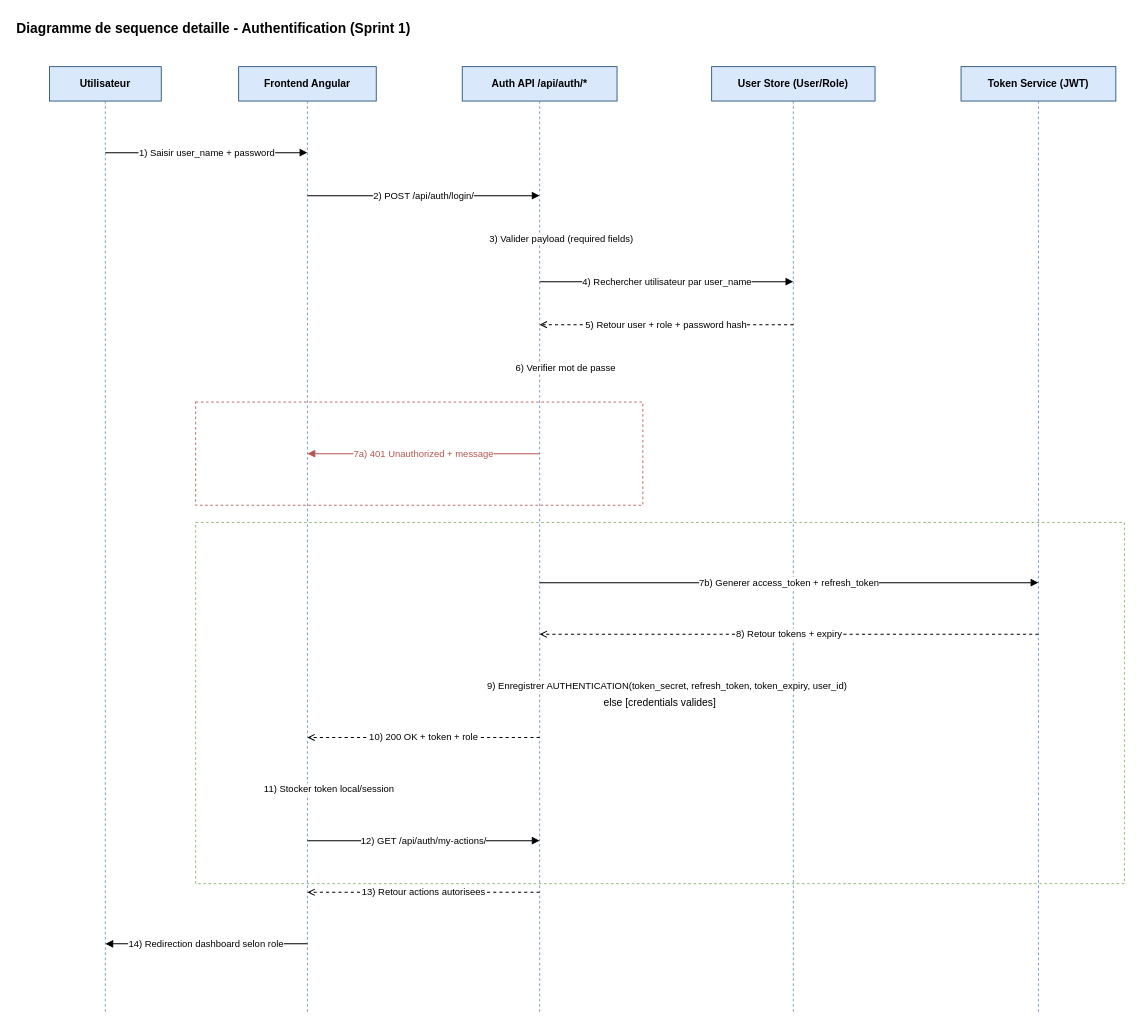
Before: page "Seq-Authentification-Sprint1" (1 of 2) of isimm-platform/docs/diagrams/sprint1-sequence-auth-gestion.drawio in dutryJll/PFE-Project, a draw.io diagram. Source tidied: cells renumbered, new cells numbered last; positions are measured from the earlier drawing's top-left corner, leaving out a move shared by most shapes. Both pictures are drawn from the tidied source at 86%, with x=0, y=0 at pixel (15, 15).
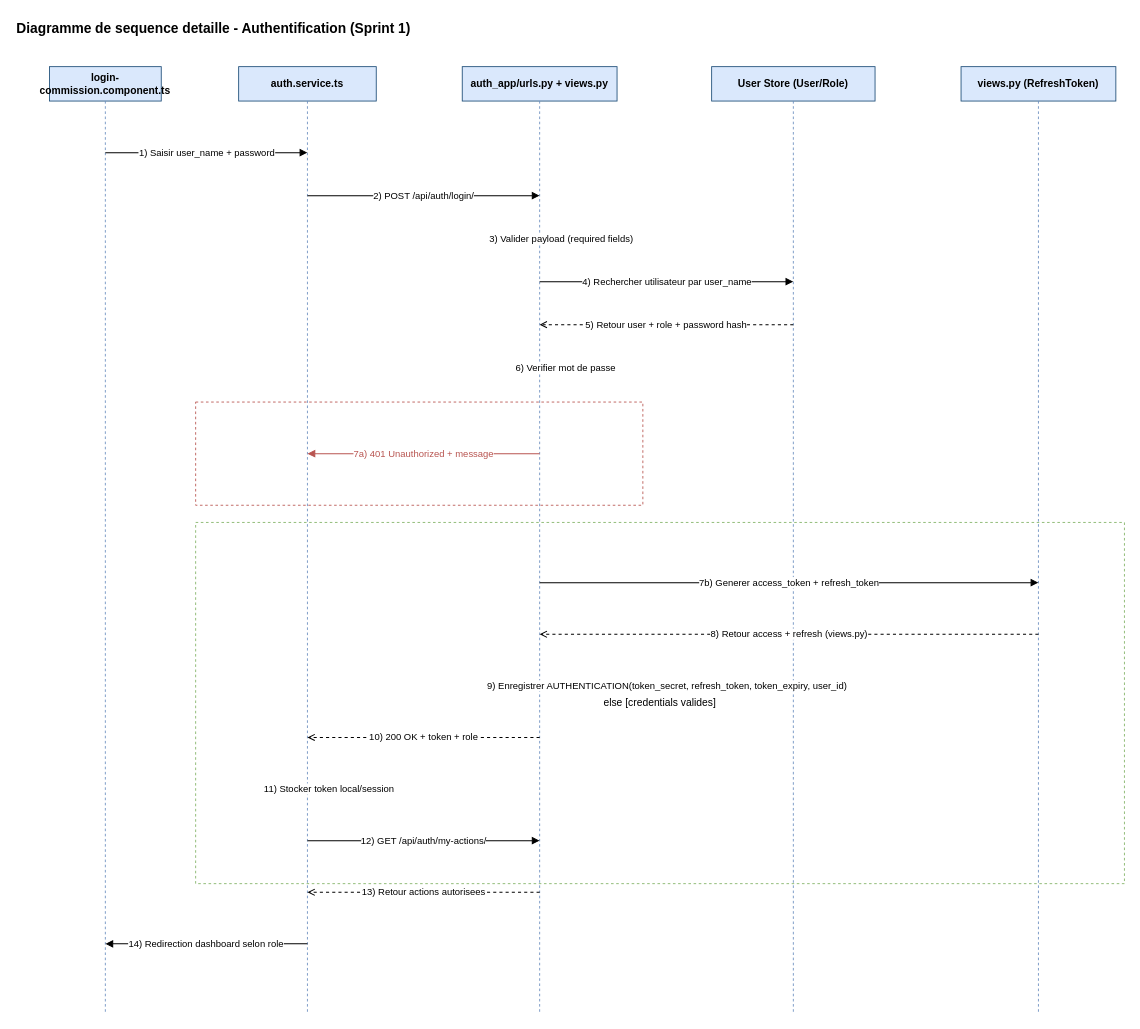
The same page after the edit.

The edit, as a diff of the source:
```diff
@@
-    <mxCell id="3" value="Utilisateur" style="rounded=0;whiteSpace=wrap;html=1;fillColor=#DAE8FC;strokeColor=#1F4E78;fontStyle=1;" parent="1" vertex="1">
+    <mxCell id="3" value="login-commission.component.ts" style="rounded=0;whiteSpace=wrap;html=1;fillColor=#DAE8FC;strokeColor=#1F4E78;fontStyle=1;" parent="1" vertex="1">
       <mxGeometry x="40" y="60" width="130" height="40" as="geometry" />
     </mxCell>
-    <mxCell id="4" value="Frontend Angular" style="rounded=0;whiteSpace=wrap;html=1;fillColor=#DAE8FC;strokeColor=#1F4E78;fontStyle=1;" parent="1" vertex="1">
+    <mxCell id="4" value="auth.service.ts" style="rounded=0;whiteSpace=wrap;html=1;fillColor=#DAE8FC;strokeColor=#1F4E78;fontStyle=1;" parent="1" vertex="1">
       <mxGeometry x="260" y="60" width="160" height="40" as="geometry" />
     </mxCell>
-    <mxCell id="5" value="Auth API /api/auth/*" style="rounded=0;whiteSpace=wrap;html=1;fillColor=#DAE8FC;strokeColor=#1F4E78;fontStyle=1;" parent="1" vertex="1">
+    <mxCell id="5" value="auth_app/urls.py + views.py" style="rounded=0;whiteSpace=wrap;html=1;fillColor=#DAE8FC;strokeColor=#1F4E78;fontStyle=1;" parent="1" vertex="1">
       <mxGeometry x="520" y="60" width="180" height="40" as="geometry" />
     </mxCell>
@@
-    <mxCell id="7" value="Token Service (JWT)" style="rounded=0;whiteSpace=wrap;html=1;fillColor=#DAE8FC;strokeColor=#1F4E78;fontStyle=1;" parent="1" vertex="1">
+    <mxCell id="7" value="views.py (RefreshToken)" style="rounded=0;whiteSpace=wrap;html=1;fillColor=#DAE8FC;strokeColor=#1F4E78;fontStyle=1;" parent="1" vertex="1">
       <mxGeometry x="1100" y="60" width="180" height="40" as="geometry" />
     </mxCell>
@@
-    <mxCell id="23" value="8) Retour tokens + expiry" style="endArrow=open;dashed=1;html=1;strokeWidth=1.2;" parent="1" edge="1">
+    <mxCell id="23" value="8) Retour access + refresh (views.py)" style="endArrow=open;dashed=1;html=1;strokeWidth=1.2;" parent="1" edge="1">
       <mxGeometry relative="1" as="geometry">
         <mxPoint x="1190" y="720" as="sourcePoint" />
         <mxPoint x="610" y="720" as="targetPoint" />
       </mxGeometry>
     </mxCell>
```
